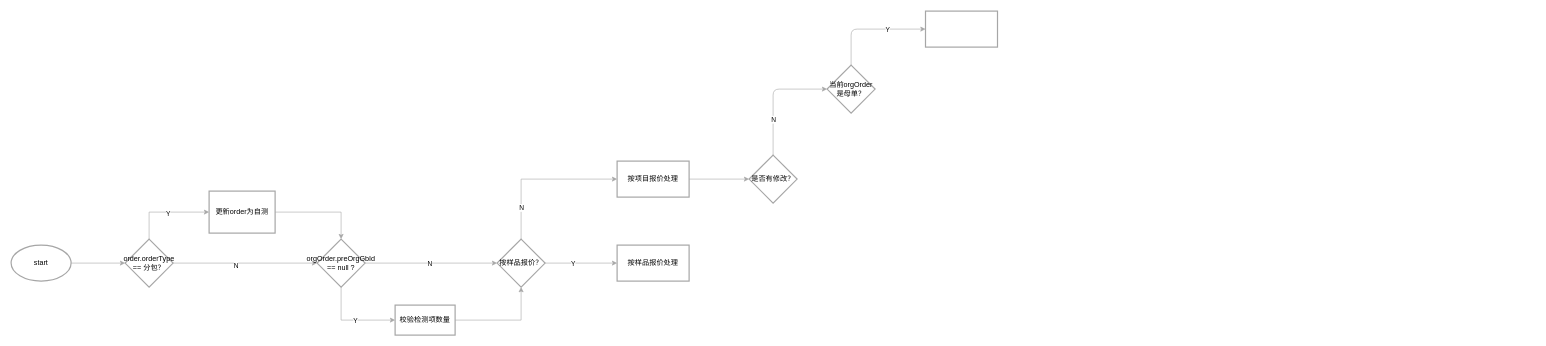
Earlier version of the draw.io diagram 2024年4月26日-原新建PO流程.drawio (yyzim/my_drawio). Source tidied: cells renumbered, new cells numbered last; positions are measured from the earlier drawing's top-left corner, leaving out a move shared by most shapes. Both pictures are drawn from the tidied source at 60%, with x=0, y=0 at pixel (11, 11).
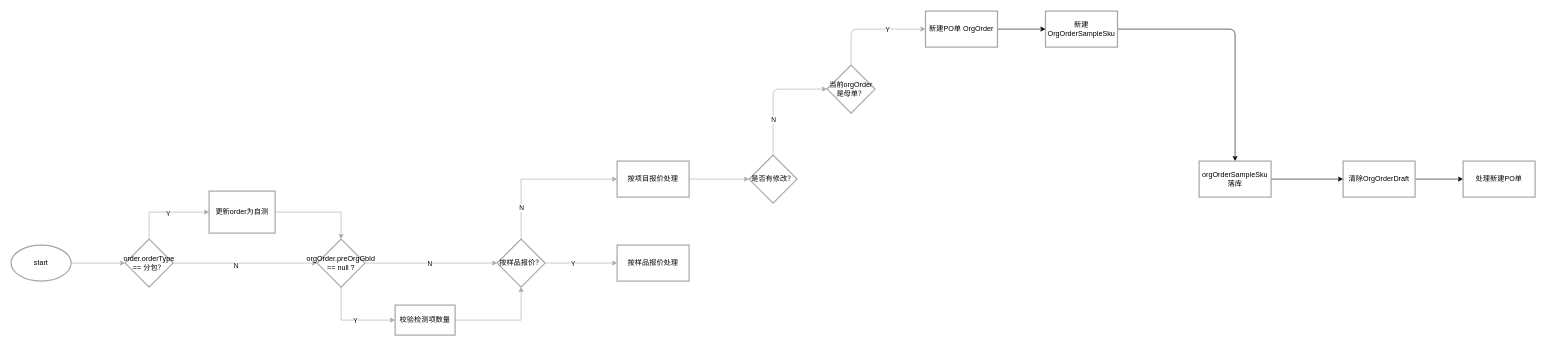
Above is the later version.

Commit message (it also covers changes not shown here):
更新2024年4月26日-原新建PO流程.drawio

What changed in the source:
```diff
@@
+    <mxCell id="33" style="edgeStyle=orthogonalEdgeStyle;jettySize=auto;html=1;" parent="1" edge="1" source="32" target="35">
+      <mxGeometry relative="1" as="geometry" />
+    </mxCell>
-    <mxCell id="32" style="whiteSpace=wrap;html=1;strokeWidth=2;rounded=0;strokeColor=#A6A6A6;" parent="1" vertex="1">
+    <mxCell id="32" value="新建PO单 OrgOrder" style="whiteSpace=wrap;html=1;strokeWidth=2;rounded=0;strokeColor=#A6A6A6;" parent="1" vertex="1">
       <mxGeometry x="1524" width="120" height="60" as="geometry" />
     </mxCell>
+    <mxCell id="34" style="edgeStyle=orthogonalEdgeStyle;jettySize=auto;html=1;" parent="1" edge="1" source="35" target="40">
+      <mxGeometry relative="1" as="geometry" />
+    </mxCell>
+    <mxCell id="35" value="新建OrgOrderSampleSku" style="whiteSpace=wrap;html=1;strokeColor=#A6A6A6;strokeWidth=2;rounded=0;" parent="1" vertex="1">
+      <mxGeometry x="1724" width="120" height="60" as="geometry" />
+    </mxCell>
+    <mxCell id="36" style="edgeStyle=orthogonalEdgeStyle;jettySize=auto;html=1;" parent="1" edge="1" source="37" target="38">
+      <mxGeometry relative="1" as="geometry" />
+    </mxCell>
+    <mxCell id="37" value="清除OrgOrderDraft" style="whiteSpace=wrap;html=1;strokeColor=#A6A6A6;strokeWidth=2;rounded=0;" parent="1" vertex="1">
+      <mxGeometry x="2220" y="250" width="120" height="60" as="geometry" />
+    </mxCell>
+    <mxCell id="38" value="处理新建PO单" style="whiteSpace=wrap;html=1;strokeColor=#A6A6A6;strokeWidth=2;rounded=0;" parent="1" vertex="1">
+      <mxGeometry x="2420" y="250" width="120" height="60" as="geometry" />
+    </mxCell>
+    <mxCell id="39" style="edgeStyle=orthogonalEdgeStyle;jettySize=auto;html=1;" parent="1" edge="1" source="40" target="37">
+      <mxGeometry relative="1" as="geometry" />
+    </mxCell>
+    <mxCell id="40" value="orgOrderSampleSku落库" style="whiteSpace=wrap;html=1;strokeColor=#A6A6A6;strokeWidth=2;rounded=0;" parent="1" vertex="1">
+      <mxGeometry x="1980" y="250" width="120" height="60" as="geometry" />
+    </mxCell>
```
